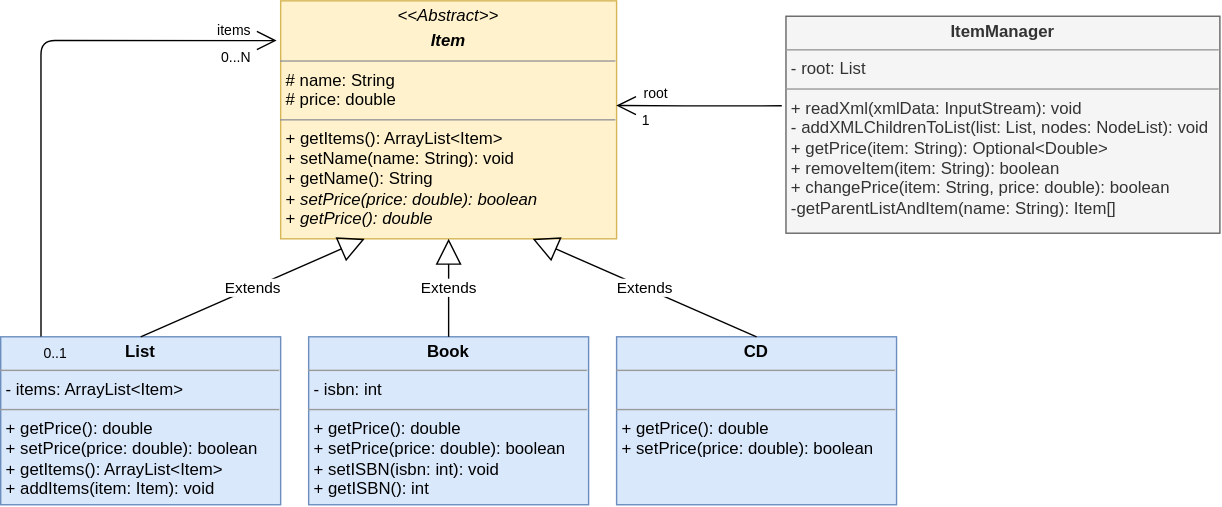
This is docs/composite/img/a4_uml.svg from Johannes-Baischer/SE-Assignments, a draw.io export, as it was before one commit. Source tidied: cells renumbered, new cells last; positions are measured from the earlier drawing's top-left corner, leaving out a move shared by most shapes.
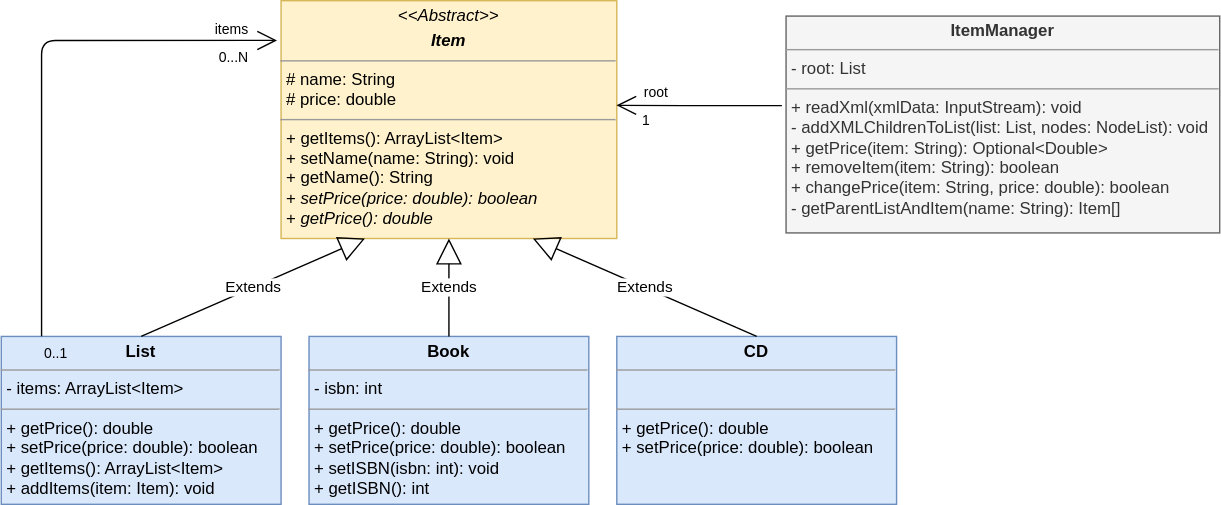
After the change.

Diff of the diagram source:
```diff
@@ -14,7 +14,7 @@
     <mxCell id="5" value="&lt;p style=&quot;margin:0px;margin-top:4px;text-align:center;&quot;&gt;&lt;b&gt;CD&lt;/b&gt;&lt;br&gt;&lt;/p&gt;&lt;hr size=&quot;1&quot;&gt;&lt;p style=&quot;margin:0px;margin-left:4px;&quot;&gt;&lt;br&gt;&lt;/p&gt;&lt;hr size=&quot;1&quot;&gt;&lt;p style=&quot;margin:0px;margin-left:4px;&quot;&gt;+ getPrice(): double&lt;/p&gt;&lt;p style=&quot;margin:0px;margin-left:4px;&quot;&gt;+ setPrice(price: double): boolean&lt;/p&gt;" style="verticalAlign=top;align=left;overflow=fill;fontSize=12;fontFamily=Helvetica;html=1;fillColor=#dae8fc;strokeColor=#6c8ebf;" parent="1" vertex="1">
       <mxGeometry x="440" y="240" width="200" height="120" as="geometry" />
     </mxCell>
-    <mxCell id="6" value="&lt;p style=&quot;margin:0px;margin-top:4px;text-align:center;&quot;&gt;&lt;b&gt;ItemManager&lt;/b&gt;&lt;/p&gt;&lt;hr size=&quot;1&quot;&gt;&lt;p style=&quot;margin:0px;margin-left:4px;&quot;&gt;- root: List&lt;br&gt;&lt;/p&gt;&lt;hr size=&quot;1&quot;&gt;&lt;p style=&quot;margin:0px;margin-left:4px;&quot;&gt;+ readXml(xmlData: InputStream): void&lt;/p&gt;&lt;p style=&quot;margin:0px;margin-left:4px;&quot;&gt;- addXMLChildrenToList(list: List, nodes: NodeList): void&lt;/p&gt;&lt;p style=&quot;margin:0px;margin-left:4px;&quot;&gt;+ getPrice(item: String): Optional&amp;lt;Double&amp;gt;&lt;/p&gt;&lt;p style=&quot;margin:0px;margin-left:4px;&quot;&gt;+ removeItem(item: String): boolean&lt;/p&gt;&lt;p style=&quot;margin:0px;margin-left:4px;&quot;&gt;+ changePrice(item: String, price: double): boolean&lt;/p&gt;&lt;p style=&quot;margin:0px;margin-left:4px;&quot;&gt;-getParentListAndItem(name: String): Item[]&lt;br&gt;&lt;/p&gt;" style="verticalAlign=top;align=left;overflow=fill;fontSize=12;fontFamily=Helvetica;html=1;fillColor=#f5f5f5;fontColor=#333333;strokeColor=#666666;" parent="1" vertex="1">
+    <mxCell id="6" value="&lt;p style=&quot;margin: 0px ; margin-top: 4px ; text-align: center&quot;&gt;&lt;b&gt;ItemManager&lt;/b&gt;&lt;/p&gt;&lt;hr size=&quot;1&quot;&gt;&lt;p style=&quot;margin: 0px ; margin-left: 4px&quot;&gt;- root: List&lt;br&gt;&lt;/p&gt;&lt;hr size=&quot;1&quot;&gt;&lt;p style=&quot;margin: 0px ; margin-left: 4px&quot;&gt;+ readXml(xmlData: InputStream): void&lt;/p&gt;&lt;p style=&quot;margin: 0px ; margin-left: 4px&quot;&gt;- addXMLChildrenToList(list: List, nodes: NodeList): void&lt;/p&gt;&lt;p style=&quot;margin: 0px ; margin-left: 4px&quot;&gt;+ getPrice(item: String): Optional&amp;lt;Double&amp;gt;&lt;/p&gt;&lt;p style=&quot;margin: 0px ; margin-left: 4px&quot;&gt;+ removeItem(item: String): boolean&lt;/p&gt;&lt;p style=&quot;margin: 0px ; margin-left: 4px&quot;&gt;+ changePrice(item: String, price: double): boolean&lt;/p&gt;&lt;p style=&quot;margin: 0px ; margin-left: 4px&quot;&gt;- getParentListAndItem(name: String): Item[]&lt;br&gt;&lt;/p&gt;" style="verticalAlign=top;align=left;overflow=fill;fontSize=12;fontFamily=Helvetica;html=1;fillColor=#f5f5f5;fontColor=#333333;strokeColor=#666666;" parent="1" vertex="1">
       <mxGeometry x="561" y="11" width="310" height="155" as="geometry" />
     </mxCell>
     <mxCell id="7" value="Extends" style="endArrow=block;endSize=16;endFill=0;html=1;rounded=0;exitX=0.5;exitY=0;exitDx=0;exitDy=0;entryX=0.25;entryY=1;entryDx=0;entryDy=0;" parent="1" edge="1" source="3" target="2">
```
